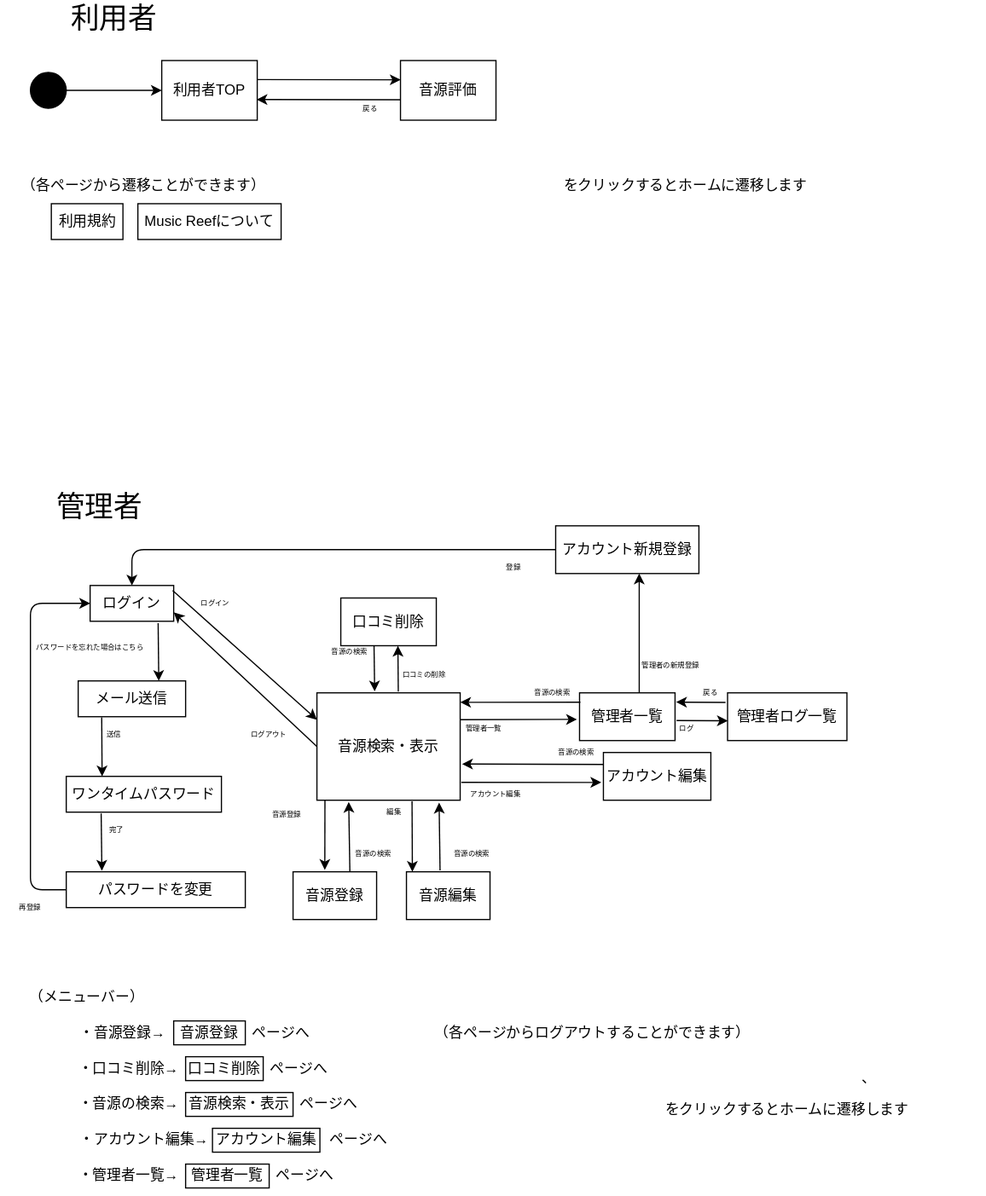
IshiYoshi765/uml-introduction keeps this draw.io diagram as ab.drawio.svg. Above is the earlier version. Source tidied: cells renumbered, new cells last; positions are measured from the earlier drawing's top-left corner, leaving out a move shared by most shapes.
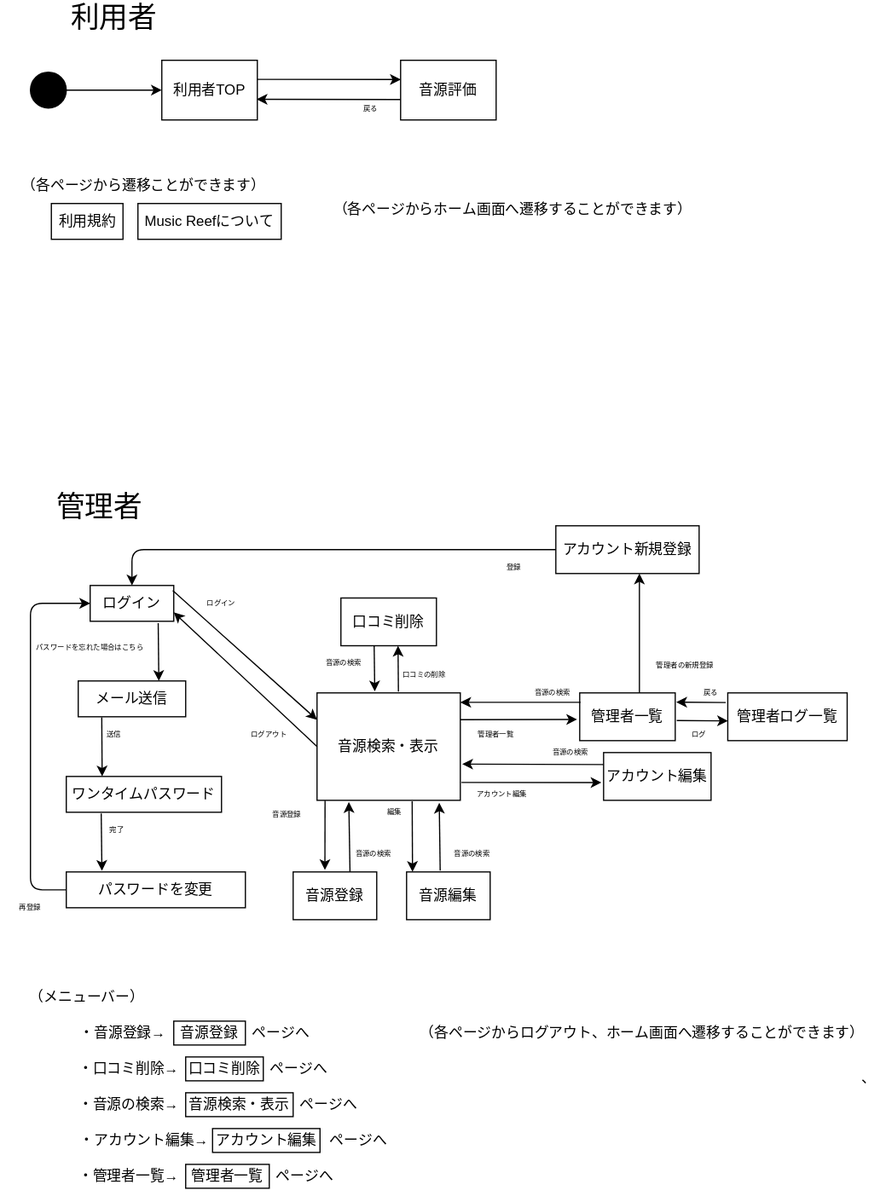
Later version of the same file.

Commit message:
アカウント

The edit, as a diff of the source:
```diff
@@ -83,7 +83,7 @@
       <mxGeometry x="25" y="530" width="100" height="20" as="geometry" />
     </mxCell>
     <mxCell id="27" value="ログイン" style="text;html=1;strokeColor=none;fillColor=none;align=center;verticalAlign=middle;whiteSpace=wrap;rounded=0;fontSize=6;" parent="1" vertex="1">
-      <mxGeometry x="155" y="500.5" width="50" height="9" as="geometry" />
+      <mxGeometry x="160" y="500.5" width="50" height="9" as="geometry" />
     </mxCell>
     <mxCell id="28" value="送信" style="text;html=1;strokeColor=none;fillColor=none;align=center;verticalAlign=middle;whiteSpace=wrap;rounded=0;fontSize=6;" parent="1" vertex="1">
       <mxGeometry x="85" y="610" width="20" height="10" as="geometry" />
@@ -137,7 +137,7 @@
       <mxGeometry x="335" y="560" width="40" height="10" as="geometry" />
     </mxCell>
     <mxCell id="45" value="音源の検索" style="text;html=1;strokeColor=none;fillColor=none;align=center;verticalAlign=middle;whiteSpace=wrap;rounded=0;fontSize=6;" parent="1" vertex="1">
-      <mxGeometry x="275" y="540.5" width="35" height="10" as="geometry" />
+      <mxGeometry x="270" y="550" width="35" height="10" as="geometry" />
     </mxCell>
     <mxCell id="46" value="&lt;font style=&quot;font-size: 6px;&quot;&gt;音源登録&lt;/font&gt;" style="text;html=1;strokeColor=none;fillColor=none;align=center;verticalAlign=middle;whiteSpace=wrap;rounded=0;" parent="1" vertex="1">
       <mxGeometry x="215" y="665" width="50" height="30" as="geometry" />
@@ -152,19 +152,19 @@
       <mxGeometry x="310" y="670" width="40" height="20" as="geometry" />
     </mxCell>
     <mxCell id="50" value="アカウント編集" style="text;html=1;strokeColor=none;fillColor=none;align=center;verticalAlign=middle;whiteSpace=wrap;rounded=0;fontSize=6;" parent="1" vertex="1">
-      <mxGeometry x="375" y="650" width="80" height="30" as="geometry" />
+      <mxGeometry x="380" y="650" width="80" height="30" as="geometry" />
     </mxCell>
     <mxCell id="51" value="音源の検索" style="text;html=1;strokeColor=none;fillColor=none;align=center;verticalAlign=middle;whiteSpace=wrap;rounded=0;fontSize=6;" parent="1" vertex="1">
       <mxGeometry x="435" y="570" width="55" height="20" as="geometry" />
     </mxCell>
     <mxCell id="52" value="音源の検索" style="text;html=1;strokeColor=none;fillColor=none;align=center;verticalAlign=middle;whiteSpace=wrap;rounded=0;fontSize=6;" parent="1" vertex="1">
-      <mxGeometry x="455" y="620" width="55" height="20" as="geometry" />
+      <mxGeometry x="450" y="620" width="55" height="20" as="geometry" />
     </mxCell>
     <mxCell id="53" value="管理者一覧" style="text;html=1;strokeColor=none;fillColor=none;align=center;verticalAlign=middle;whiteSpace=wrap;rounded=0;fontSize=6;" parent="1" vertex="1">
-      <mxGeometry x="375" y="600" width="60" height="20" as="geometry" />
+      <mxGeometry x="385" y="605" width="60" height="20" as="geometry" />
     </mxCell>
     <mxCell id="54" value="ログ" style="text;html=1;strokeColor=none;fillColor=none;align=center;verticalAlign=middle;whiteSpace=wrap;rounded=0;fontSize=6;" parent="1" vertex="1">
-      <mxGeometry x="555" y="600" width="40" height="20" as="geometry" />
+      <mxGeometry x="565" y="605" width="40" height="20" as="geometry" />
     </mxCell>
     <mxCell id="55" value="戻る" style="text;html=1;strokeColor=none;fillColor=none;align=center;verticalAlign=middle;whiteSpace=wrap;rounded=0;fontSize=6;" parent="1" vertex="1">
       <mxGeometry x="575" y="570" width="40" height="20" as="geometry" />
@@ -231,15 +231,12 @@
     <mxCell id="75" value="、" style="text;html=1;strokeColor=none;fillColor=none;align=center;verticalAlign=middle;whiteSpace=wrap;rounded=0;fontSize=12;" parent="1" vertex="1">
       <mxGeometry x="715" y="890" width="25" height="25" as="geometry" />
     </mxCell>
-    <mxCell id="76" value="（各ページからログアウトすることができます）" style="text;html=1;strokeColor=none;fillColor=none;align=center;verticalAlign=middle;whiteSpace=wrap;rounded=0;fontSize=12;" parent="1" vertex="1">
-      <mxGeometry x="350" y="850" width="292" height="30" as="geometry" />
+    <mxCell id="76" value="（各ページからログアウト、ホーム画面へ遷移することができます）" style="text;html=1;strokeColor=none;fillColor=none;align=center;verticalAlign=middle;whiteSpace=wrap;rounded=0;fontSize=12;" parent="1" vertex="1">
+      <mxGeometry x="350" y="850" width="375" height="30" as="geometry" />
     </mxCell>
-    <mxCell id="77" value="をクリックするとホームに遷移します" style="text;html=1;strokeColor=none;fillColor=none;align=center;verticalAlign=middle;whiteSpace=wrap;rounded=0;" parent="1" vertex="1">
-      <mxGeometry x="408" y="140" width="332" height="30" as="geometry" />
+    <mxCell id="77" value="（各ページからホーム画面へ遷移することができます）" style="text;html=1;strokeColor=none;fillColor=none;align=center;verticalAlign=middle;whiteSpace=wrap;rounded=0;" parent="1" vertex="1">
+      <mxGeometry x="263" y="160" width="332" height="30" as="geometry" />
     </mxCell>
-    <mxCell id="78" value="をクリックするとホームに遷移します" style="text;html=1;strokeColor=none;fillColor=none;align=center;verticalAlign=middle;whiteSpace=wrap;rounded=0;" parent="1" vertex="1">
-      <mxGeometry x="493" y="915" width="332" height="30" as="geometry" />
-    </mxCell>
     <mxCell id="79" value="アカウント新規登録" style="rounded=0;whiteSpace=wrap;html=1;" parent="1" vertex="1">
       <mxGeometry x="465" y="440" width="120" height="40" as="geometry" />
     </mxCell>
@@ -250,7 +247,7 @@
       <mxGeometry relative="1" as="geometry" />
     </mxCell>
     <mxCell id="82" value="&lt;font style=&quot;font-size: 6px;&quot;&gt;管理者の新規登録&lt;/font&gt;" style="text;html=1;strokeColor=none;fillColor=none;align=center;verticalAlign=middle;whiteSpace=wrap;rounded=0;" parent="1" vertex="1">
-      <mxGeometry x="505" y="540" width="113" height="30" as="geometry" />
+      <mxGeometry x="517.5" y="540" width="113" height="30" as="geometry" />
     </mxCell>
     <mxCell id="83" style="endArrow=classic;html=1;fontSize=6;" parent="1" edge="1">
       <mxGeometry relative="1" as="geometry">
```
